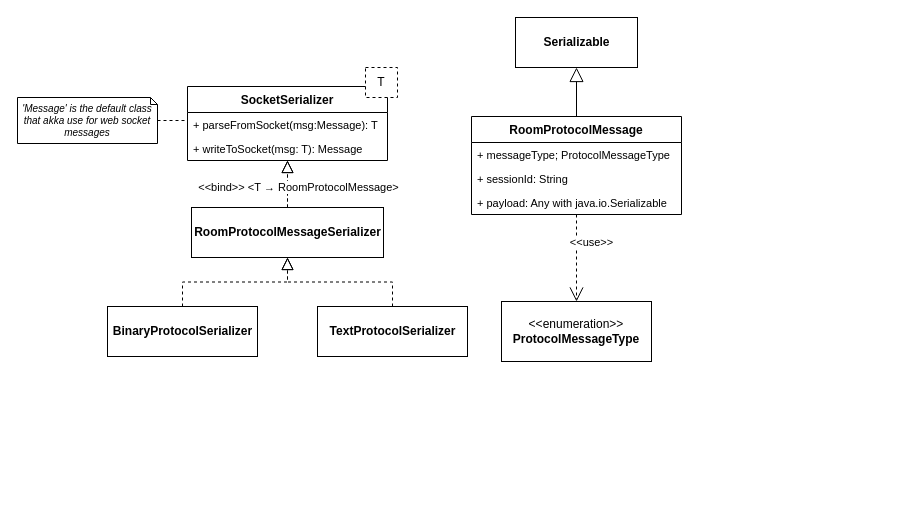
Above: doc/diagrams/common/communication/communication_protocol.drawio in StefanoSalvatori/PPS-18-scala-omg (draw.io), before the change. Source tidied: cells renumbered, new cells numbered last; positions are measured from the earlier drawing's top-left corner, leaving out a move shared by most shapes. Both pictures are drawn from the tidied source at 100%, with x=0, y=0 at pixel (17, 17).
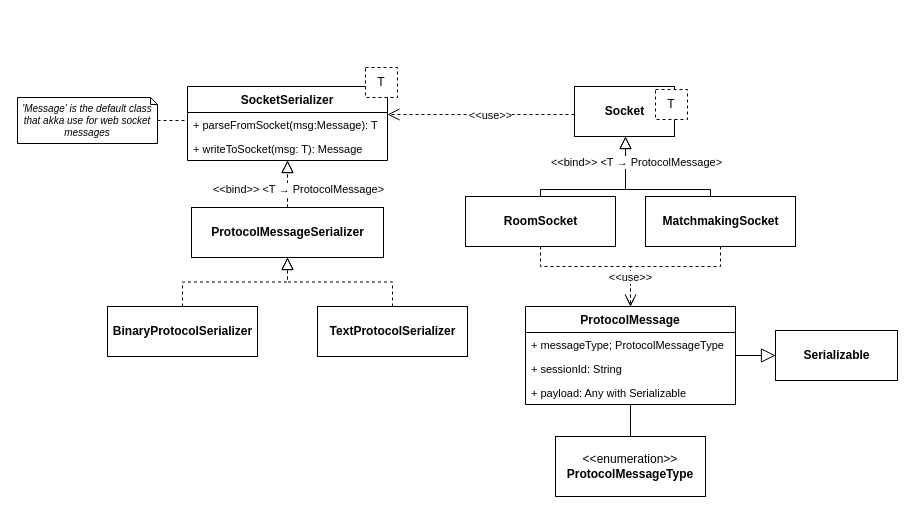
The same page after the edit.

Commit message (it also covers changes not shown here):
Modified communication_protocol class diagram to match current design

Unchanged cells that the change refers to:
```xml
<mxCell id="7" style="edgeStyle=orthogonalEdgeStyle;rounded=0;jettySize=auto;html=1;dashed=1;startSize=6;endArrow=block;endFill=0;endSize=10;" parent="1" edge="1" source="13" target="4">
  <mxGeometry relative="1" as="geometry" />
</mxCell>
```

Diff of the diagram source:
```diff
@@
-    <mxCell id="4" value="SocketSerializer&#10;" style="swimlane;fontStyle=1;align=center;verticalAlign=top;horizontal=1;startSize=26;" parent="1" vertex="1">
-      <mxGeometry x="170" y="69" width="200" height="74" as="geometry" />
-    </mxCell>
-    <mxCell id="5" value="+ parseFromSocket(msg:Message): T&#10;" style="text;strokeColor=none;fillColor=none;align=left;verticalAlign=top;spacingLeft=4;spacingRight=4;overflow=hidden;fontSize=11;" parent="4" vertex="1">
-      <mxGeometry y="26" width="200" height="24" as="geometry" />
-    </mxCell>
-    <mxCell id="6" value="+ writeToSocket(msg: T): Message" style="text;strokeColor=none;fillColor=none;align=left;verticalAlign=top;spacingLeft=4;spacingRight=4;overflow=hidden;fontSize=11;" parent="4" vertex="1">
-      <mxGeometry y="50" width="200" height="24" as="geometry" />
-    </mxCell>
@@
-    <mxCell id="8" value="&amp;lt;&amp;lt;bind&amp;gt;&amp;gt; &amp;lt;T&amp;nbsp;→ RoomProtocolMessage&amp;gt;" style="edgeLabel;html=1;align=center;verticalAlign=middle;" parent="7" vertex="1">
+    <mxCell id="8" value="&amp;lt;&amp;lt;bind&amp;gt;&amp;gt; &amp;lt;T&amp;nbsp;→ ProtocolMessage&amp;gt;" style="edgeLabel;html=1;align=center;verticalAlign=middle;" parent="7" vertex="1">
       <mxGeometry x="-0.58" y="4" relative="1" as="geometry">
-        <mxPoint x="14" y="-11" as="offset" />
+        <mxPoint x="14" y="-9" as="offset" />
       </mxGeometry>
     </mxCell>
@@
     <mxCell id="11" style="text;html=1;align=center;verticalAlign=middle;" parent="1" vertex="1">
-      <mxGeometry x="563" y="220" width="20" height="20" as="geometry" />
+      <mxGeometry x="557" y="372" width="20" height="20" as="geometry" />
     </mxCell>
-    <mxCell id="12" value="T" style="rounded=0;whiteSpace=wrap;html=1;fillColor=#ffffff;dashed=1;" parent="1" vertex="1">
-      <mxGeometry x="348" y="50" width="32" height="30" as="geometry" />
-    </mxCell>
-    <mxCell id="13" value="&lt;b&gt;RoomProtocolMessageSerializer&lt;/b&gt;" style="html=1;" parent="1" vertex="1">
+    <mxCell id="13" value="&lt;b&gt;ProtocolMessageSerializer&lt;/b&gt;" style="html=1;" parent="1" vertex="1">
       <mxGeometry x="174" y="190" width="192" height="50" as="geometry" />
     </mxCell>
@@
-    <mxCell id="16" style="edgeStyle=none;rounded=0;jettySize=auto;html=1;startArrow=none;startFill=0;endArrow=open;endFill=0;endSize=12;strokeColor=#000000;dashed=1;" parent="1" edge="1" source="20" target="19">
-      <mxGeometry relative="1" as="geometry" />
-    </mxCell>
-    <mxCell id="17" value="&amp;lt;&amp;lt;use&amp;gt;&amp;gt;" style="edgeLabel;html=1;align=center;verticalAlign=middle;" parent="16" vertex="1">
-      <mxGeometry x="-0.37" y="2" relative="1" as="geometry">
-        <mxPoint x="12" y="0.5" as="offset" />
-      </mxGeometry>
-    </mxCell>
     <mxCell id="18" value="&lt;b&gt;Serializable&lt;/b&gt;" style="html=1;" parent="1" vertex="1">
-      <mxGeometry x="498" width="122" height="50" as="geometry" />
+      <mxGeometry x="758" y="313" width="122" height="50" as="geometry" />
     </mxCell>
     <mxCell id="19" value="&lt;span style=&quot;font-weight: normal&quot;&gt;&amp;lt;&amp;lt;enumeration&amp;gt;&amp;gt;&lt;br&gt;&lt;/span&gt;ProtocolMessageType" style="rounded=0;whiteSpace=wrap;html=1;fontStyle=1;" parent="1" vertex="1">
-      <mxGeometry x="484" y="284" width="150" height="60" as="geometry" />
+      <mxGeometry x="538" y="419" width="150" height="60" as="geometry" />
     </mxCell>
+    <mxCell id="24" style="edgeStyle=orthogonalEdgeStyle;rounded=0;jettySize=auto;html=1;endArrow=none;endFill=0;dashed=1;" parent="1" edge="1" source="25" target="4">
+      <mxGeometry relative="1" as="geometry">
+        <Array as="points">
+          <mxPoint x="130" y="106" />
+        </Array>
+      </mxGeometry>
+    </mxCell>
+    <mxCell id="25" value="'Message' is the default class that akka use for web socket messages" style="shape=note;size=7;whiteSpace=wrap;html=1;fontStyle=2;fontSize=10;" parent="1" vertex="1">
+      <mxGeometry y="80" width="140" height="46" as="geometry" />
+    </mxCell>
+    <mxCell id="26" style="edgeStyle=orthogonalEdgeStyle;rounded=0;jettySize=auto;html=1;dashed=1;endArrow=open;endFill=0;" parent="1" edge="1" source="27" target="20">
+      <mxGeometry relative="1" as="geometry">
+        <Array as="points">
+          <mxPoint x="523" y="249" />
+          <mxPoint x="613" y="249" />
+        </Array>
+      </mxGeometry>
+    </mxCell>
+    <mxCell id="27" value="&lt;b&gt;RoomSocket&lt;/b&gt;" style="html=1;" parent="1" vertex="1">
+      <mxGeometry x="448" y="179" width="150" height="50" as="geometry" />
+    </mxCell>
+    <mxCell id="28" style="edgeStyle=orthogonalEdgeStyle;rounded=0;jettySize=auto;html=1;startSize=6;endArrow=block;endFill=0;endSize=10;" parent="1" edge="1" source="32" target="35">
+      <mxGeometry relative="1" as="geometry">
+        <Array as="points">
+          <mxPoint x="693" y="172" />
+          <mxPoint x="608" y="172" />
+        </Array>
+      </mxGeometry>
+    </mxCell>
+    <mxCell id="29" style="edgeLabel;html=1;align=center;verticalAlign=middle;" parent="28" vertex="1">
+      <mxGeometry x="0.29" y="-3" relative="1" as="geometry" />
+    </mxCell>
+    <mxCell id="30" style="edgeStyle=orthogonalEdgeStyle;rounded=0;jettySize=auto;html=1;entryX=0.5;entryY=0;entryDx=0;entryDy=0;dashed=1;endArrow=open;endFill=0;endSize=10;" parent="1" edge="1" source="32" target="20">
+      <mxGeometry relative="1" as="geometry">
+        <Array as="points">
+          <mxPoint x="703" y="249" />
+          <mxPoint x="613" y="249" />
+        </Array>
+      </mxGeometry>
+    </mxCell>
+    <mxCell id="31" value="&amp;lt;&amp;lt;use&amp;gt;&amp;gt;" style="edgeLabel;html=1;align=center;verticalAlign=middle;" parent="30" vertex="1">
+      <mxGeometry x="-0.64" y="-2" relative="1" as="geometry">
+        <mxPoint x="-83.1" y="12" as="offset" />
+      </mxGeometry>
+    </mxCell>
+    <mxCell id="32" value="&lt;b&gt;MatchmakingSocket&lt;/b&gt;" style="html=1;" parent="1" vertex="1">
+      <mxGeometry x="628" y="179" width="150" height="50" as="geometry" />
+    </mxCell>
+    <mxCell id="33" style="edgeStyle=orthogonalEdgeStyle;rounded=0;jettySize=auto;html=1;endArrow=open;endFill=0;dashed=1;endSize=10;" parent="1" edge="1" source="35" target="4">
+      <mxGeometry relative="1" as="geometry">
+        <Array as="points">
+          <mxPoint x="410" y="97" />
+          <mxPoint x="410" y="97" />
+        </Array>
+      </mxGeometry>
+    </mxCell>
+    <mxCell id="34" value="&amp;lt;&amp;lt;use&amp;gt;&amp;gt;" style="edgeLabel;html=1;align=center;verticalAlign=middle;" parent="33" vertex="1">
+      <mxGeometry x="-0.09" relative="1" as="geometry" />
+    </mxCell>
+    <mxCell id="35" value="&lt;b&gt;Socket&lt;/b&gt;" style="html=1;" parent="1" vertex="1">
+      <mxGeometry x="557" y="69" width="100" height="50" as="geometry" />
+    </mxCell>
+    <mxCell id="36" style="edgeStyle=orthogonalEdgeStyle;rounded=0;jettySize=auto;html=1;fontSize=11;endArrow=block;endFill=0;endSize=10;" parent="1" edge="1" source="27" target="35">
+      <mxGeometry relative="1" as="geometry">
+        <Array as="points">
+          <mxPoint x="523" y="172" />
+          <mxPoint x="608" y="172" />
+        </Array>
+      </mxGeometry>
+    </mxCell>
+    <mxCell id="37" style="edgeLabel;html=1;align=center;verticalAlign=middle;" parent="36" vertex="1">
+      <mxGeometry x="0.76" relative="1" as="geometry" />
+    </mxCell>
+    <mxCell id="38" value="&amp;lt;&amp;lt;bind&amp;gt;&amp;gt; &amp;lt;T&amp;nbsp;→ ProtocolMessage&amp;gt;" style="edgeLabel;html=1;align=center;verticalAlign=middle;" parent="36" vertex="1">
+      <mxGeometry x="0.76" y="1" relative="1" as="geometry">
+        <mxPoint x="11" y="8" as="offset" />
+      </mxGeometry>
+    </mxCell>
+    <mxCell id="39" value="T" style="rounded=0;whiteSpace=wrap;html=1;fillColor=#ffffff;dashed=1;" parent="1" vertex="1">
+      <mxGeometry x="638" y="72" width="32" height="30" as="geometry" />
+    </mxCell>
+    <mxCell id="4" value="SocketSerializer&#10;" style="swimlane;fontStyle=1;align=center;verticalAlign=top;horizontal=1;startSize=26;" parent="1" vertex="1">
+      <mxGeometry x="170" y="69" width="200" height="74" as="geometry" />
+    </mxCell>
+    <mxCell id="5" value="+ parseFromSocket(msg:Message): T&#10;" style="text;strokeColor=none;fillColor=none;align=left;verticalAlign=top;spacingLeft=4;spacingRight=4;overflow=hidden;fontSize=11;" parent="4" vertex="1">
+      <mxGeometry y="26" width="200" height="24" as="geometry" />
+    </mxCell>
+    <mxCell id="6" value="+ writeToSocket(msg: T): Message" style="text;strokeColor=none;fillColor=none;align=left;verticalAlign=top;spacingLeft=4;spacingRight=4;overflow=hidden;fontSize=11;" parent="4" vertex="1">
+      <mxGeometry y="50" width="200" height="24" as="geometry" />
+    </mxCell>
+    <mxCell id="12" value="T" style="rounded=0;whiteSpace=wrap;html=1;fillColor=#ffffff;dashed=1;" parent="1" vertex="1">
+      <mxGeometry x="348" y="50" width="32" height="30" as="geometry" />
+    </mxCell>
+    <mxCell id="16" style="edgeStyle=orthogonalEdgeStyle;rounded=0;jettySize=auto;html=1;endArrow=none;endFill=0;endSize=10;" parent="1" edge="1" source="20" target="19">
+      <mxGeometry relative="1" as="geometry" />
+    </mxCell>
-    <mxCell id="20" value="RoomProtocolMessage" style="swimlane;fontStyle=1;align=center;verticalAlign=top;horizontal=1;startSize=26;" parent="1" vertex="1">
-      <mxGeometry x="454" y="99" width="210" height="98" as="geometry" />
+    <mxCell id="20" value="ProtocolMessage" style="swimlane;fontStyle=1;align=center;verticalAlign=top;horizontal=1;startSize=26;" parent="1" vertex="1">
+      <mxGeometry x="508" y="289" width="210" height="98" as="geometry" />
     </mxCell>
@@
-    <mxCell id="23" value="+ payload: Any with java.io.Serializable" style="text;strokeColor=none;fillColor=none;align=left;verticalAlign=top;spacingLeft=4;spacingRight=4;overflow=hidden;fontSize=11;" parent="20" vertex="1">
+    <mxCell id="23" value="+ payload: Any with Serializable" style="text;strokeColor=none;fillColor=none;align=left;verticalAlign=top;spacingLeft=4;spacingRight=4;overflow=hidden;fontSize=11;" parent="20" vertex="1">
       <mxGeometry y="74" width="210" height="24" as="geometry" />
     </mxCell>
-    <mxCell id="24" style="edgeStyle=orthogonalEdgeStyle;rounded=0;jettySize=auto;html=1;endArrow=none;endFill=0;dashed=1;" parent="1" edge="1" source="25" target="4">
-      <mxGeometry relative="1" as="geometry">
-        <Array as="points">
-          <mxPoint x="130" y="106" />
-        </Array>
-      </mxGeometry>
-    </mxCell>
-    <mxCell id="25" value="'Message' is the default class that akka use for web socket messages" style="shape=note;size=7;whiteSpace=wrap;html=1;fontStyle=2;fontSize=10;" parent="1" vertex="1">
-      <mxGeometry y="80" width="140" height="46" as="geometry" />
-    </mxCell>
```
